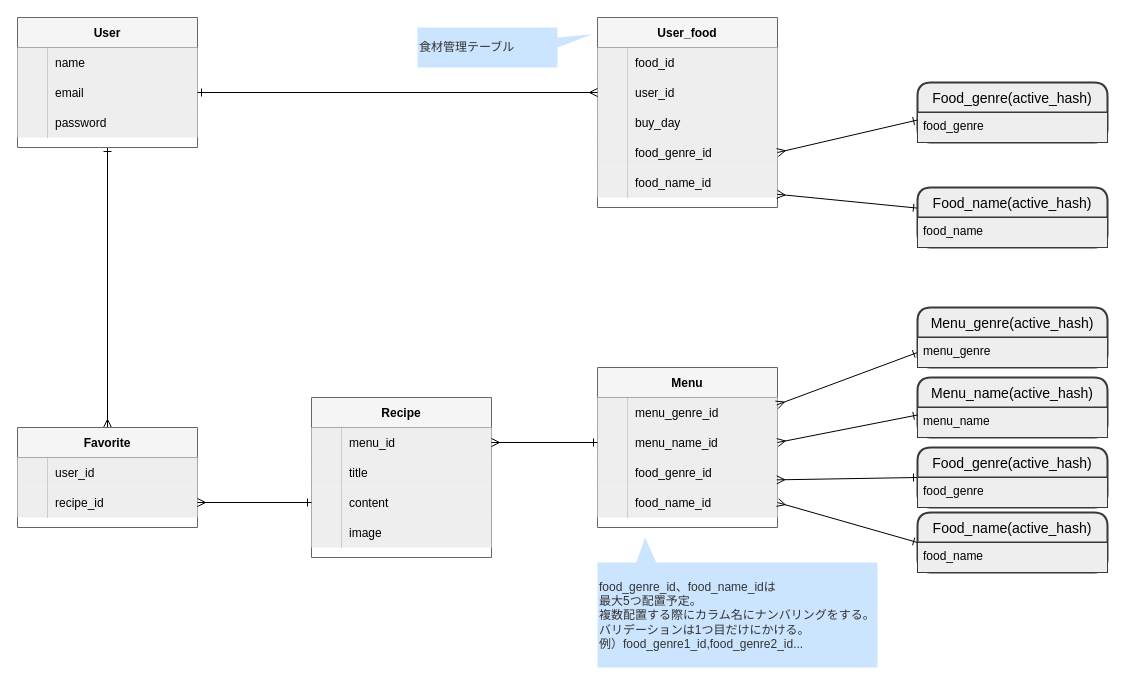
This is er.dio from kawasaki1207/today_menu_recipe, a draw.io file, before an edit. Source tidied: cells renumbered, new cells numbered last; positions are measured from the earlier drawing's top-left corner, leaving out a move shared by most shapes. Both pictures are drawn from the tidied source at 100%, with x=0, y=0 at pixel (17, 17).
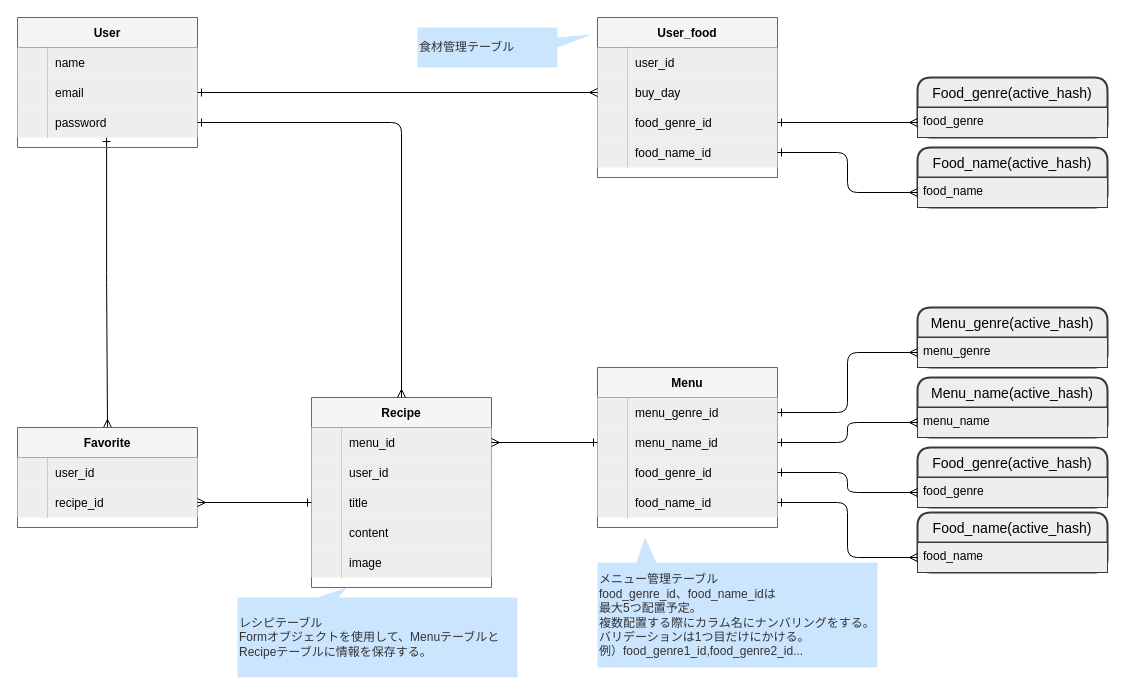
After the change.

Unchanged cells that the change refers to:
```xml
<mxCell id="3" value="User" style="shape=table;startSize=30;childLayout=tableLayout;rowLines=0;fontStyle=1;align=center;fillColor=#f5f5f5;fontColor=#000000;strokeColor=#666666;" parent="1" vertex="1">
  <mxGeometry width="180" height="130" as="geometry" />
</mxCell>
<mxCell id="7" style="shape=partialRectangle;fillColor=none;top=0;left=0;bottom=0;right=0;points=[[0,0.5],[1,0.5]];portConstraint=eastwest;" parent="3" vertex="1">
  <mxGeometry y="60" width="180" height="30" as="geometry" />
</mxCell>
<mxCell id="10" style="shape=partialRectangle;fillColor=none;top=0;left=0;bottom=0;right=0;points=[[0,0.5],[1,0.5]];portConstraint=eastwest;" parent="3" vertex="1">
  <mxGeometry y="90" width="180" height="30" as="geometry" />
</mxCell>
<mxCell id="14" style="shape=partialRectangle;fillColor=none;top=0;left=0;bottom=0;right=0;points=[[0,0.5],[1,0.5]];portConstraint=eastwest;" parent="13" vertex="1">
  <mxGeometry y="30" width="180" height="30" as="geometry" />
</mxCell>
<mxCell id="17" style="shape=partialRectangle;fillColor=none;top=0;left=0;bottom=0;right=0;points=[[0,0.5],[1,0.5]];portConstraint=eastwest;" parent="13" vertex="1">
  <mxGeometry y="60" width="180" height="30" as="geometry" />
</mxCell>
<mxCell id="20" style="shape=partialRectangle;fillColor=none;top=0;left=0;bottom=0;right=0;points=[[0,0.5],[1,0.5]];portConstraint=eastwest;" parent="13" vertex="1">
  <mxGeometry y="90" width="180" height="30" as="geometry" />
</mxCell>
<mxCell id="23" style="shape=partialRectangle;fillColor=none;top=0;left=0;bottom=0;right=0;points=[[0,0.5],[1,0.5]];portConstraint=eastwest;" parent="13" vertex="1">
  <mxGeometry y="120" width="180" height="30" as="geometry" />
</mxCell>
<mxCell id="42" value="Favorite" style="shape=table;startSize=30;childLayout=tableLayout;rowLines=0;fontStyle=1;align=center;fillColor=#f5f5f5;fontColor=#000000;strokeColor=#666666;" parent="1" vertex="1">
  <mxGeometry y="410" width="180" height="100" as="geometry" />
</mxCell>
<mxCell id="46" style="shape=partialRectangle;fillColor=none;top=0;left=0;bottom=0;right=0;points=[[0,0.5],[1,0.5]];portConstraint=eastwest;" parent="42" vertex="1">
  <mxGeometry y="60" width="180" height="30" as="geometry" />
</mxCell>
<mxCell id="50" value="food_genre" style="align=left;strokeColor=#36393d;fillColor=#eeeeee;spacingLeft=4;fontSize=12;verticalAlign=top;fontColor=#000000;" parent="49" vertex="1">
  <mxGeometry y="30" width="190" height="30" as="geometry" />
</mxCell>
<mxCell id="57" value="Food_genre(active_hash)" style="swimlane;horizontal=1;startSize=30;rounded=1;fontSize=14;fontStyle=0;strokeWidth=2;shadow=0;dashed=0;align=center;fillColor=#eeeeee;strokeColor=#36393d;fontColor=#000000;" parent="1" vertex="1">
  <mxGeometry x="900" y="430" width="190" height="60" as="geometry" />
</mxCell>
<mxCell id="60" value="food_name" style="align=left;strokeColor=#36393d;fillColor=#eeeeee;spacingLeft=4;fontSize=12;verticalAlign=top;fontColor=#000000;" parent="59" vertex="1">
  <mxGeometry y="30" width="190" height="30" as="geometry" />
</mxCell>
<mxCell id="62" value="Menu_genre(active_hash)" style="swimlane;horizontal=1;startSize=30;rounded=1;fontSize=14;fontStyle=0;strokeWidth=2;shadow=0;dashed=0;align=center;fillColor=#eeeeee;strokeColor=#36393d;fontColor=#000000;" parent="1" vertex="1">
  <mxGeometry x="900" y="290" width="190" height="60" as="geometry" />
</mxCell>
<mxCell id="64" value="Menu_name(active_hash)" style="swimlane;horizontal=1;startSize=30;rounded=1;fontSize=14;fontStyle=0;strokeWidth=2;shadow=0;dashed=0;align=center;fillColor=#eeeeee;strokeColor=#36393d;fontColor=#000000;" parent="1" vertex="1">
  <mxGeometry x="900" y="360" width="190" height="60" as="geometry" />
</mxCell>
<mxCell id="65" value="menu_name" style="align=left;strokeColor=#36393d;fillColor=#eeeeee;spacingLeft=4;fontSize=12;verticalAlign=top;fontColor=#000000;" parent="64" vertex="1">
  <mxGeometry y="30" width="190" height="30" as="geometry" />
</mxCell>
```

What changed in the source:
```diff
@@
-    <mxCell id="2" style="edgeStyle=none;html=1;fontColor=#000000;endArrow=ERmany;endFill=0;startArrow=ERone;startFill=0;" parent="1" edge="1" source="3" target="42">
+    <mxCell id="2" style="edgeStyle=orthogonalEdgeStyle;html=1;fontColor=#000000;endArrow=ERmany;endFill=0;startArrow=ERone;startFill=0;exitX=0.495;exitY=1.003;exitDx=0;exitDy=0;exitPerimeter=0;" parent="1" edge="1" source="10" target="42">
       <mxGeometry relative="1" as="geometry" />
     </mxCell>
@@
     <mxCell id="26" value="User_food" style="shape=table;startSize=30;childLayout=tableLayout;rowLines=0;fontStyle=1;align=center;fillColor=#f5f5f5;fontColor=#000000;strokeColor=#666666;" parent="1" vertex="1">
-      <mxGeometry x="580" width="180" height="190" as="geometry" />
+      <mxGeometry x="580" width="180" height="160" as="geometry" />
     </mxCell>
-    <mxCell id="27" style="shape=partialRectangle;fillColor=none;top=0;left=0;bottom=0;right=0;" parent="26" vertex="1">
-      <mxGeometry y="30" width="180" height="30" as="geometry" />
-    </mxCell>
-    <mxCell id="28" style="shape=partialRectangle;fillColor=#eeeeee;top=0;left=0;bottom=0;right=0;overflow=hidden;strokeColor=#36393d;" parent="27" vertex="1">
-      <mxGeometry width="30" height="30" as="geometry" />
-    </mxCell>
-    <mxCell id="29" value="food_id" style="shape=partialRectangle;fillColor=#eeeeee;top=0;left=0;bottom=0;right=0;align=left;spacingLeft=6;overflow=hidden;strokeColor=#36393d;fontColor=#000000;" parent="27" vertex="1">
-      <mxGeometry x="30" width="150" height="30" as="geometry" />
-    </mxCell>
     <mxCell id="30" style="shape=partialRectangle;fillColor=none;top=0;left=0;bottom=0;right=0;points=[[0,0.5],[1,0.5]];portConstraint=eastwest;" parent="26" vertex="1">
-      <mxGeometry y="60" width="180" height="30" as="geometry" />
+      <mxGeometry y="30" width="180" height="30" as="geometry" />
     </mxCell>
@@
     <mxCell id="33" style="shape=partialRectangle;fillColor=none;top=0;left=0;bottom=0;right=0;points=[[0,0.5],[1,0.5]];portConstraint=eastwest;" parent="26" vertex="1">
-      <mxGeometry y="90" width="180" height="30" as="geometry" />
+      <mxGeometry y="60" width="180" height="30" as="geometry" />
     </mxCell>
@@
     <mxCell id="36" style="shape=partialRectangle;fillColor=none;top=0;left=0;bottom=0;right=0;points=[[0,0.5],[1,0.5]];portConstraint=eastwest;" parent="26" vertex="1">
-      <mxGeometry y="120" width="180" height="30" as="geometry" />
+      <mxGeometry y="90" width="180" height="30" as="geometry" />
     </mxCell>
@@
     <mxCell id="39" style="shape=partialRectangle;fillColor=none;top=0;left=0;bottom=0;right=0;points=[[0,0.5],[1,0.5]];portConstraint=eastwest;" parent="26" vertex="1">
-      <mxGeometry y="150" width="180" height="30" as="geometry" />
+      <mxGeometry y="120" width="180" height="30" as="geometry" />
     </mxCell>
@@
     <mxCell id="49" value="Food_genre(active_hash)" style="swimlane;horizontal=1;startSize=30;rounded=1;fontSize=14;fontStyle=0;strokeWidth=2;shadow=0;dashed=0;align=center;fillColor=#eeeeee;strokeColor=#36393d;fontColor=#000000;" parent="1" vertex="1">
-      <mxGeometry x="900" y="65" width="190" height="60" as="geometry" />
+      <mxGeometry x="900" y="60" width="190" height="60" as="geometry" />
     </mxCell>
@@
-    <mxCell id="51" style="edgeStyle=none;html=1;entryX=0.998;entryY=0.892;entryDx=0;entryDy=0;entryPerimeter=0;fontColor=#000000;startArrow=ERone;startFill=0;endArrow=ERmany;endFill=0;" parent="1" edge="1" source="52" target="39">
-      <mxGeometry relative="1" as="geometry" />
-    </mxCell>
     <mxCell id="52" value="Food_name(active_hash)" style="swimlane;horizontal=1;startSize=30;rounded=1;fontSize=14;fontStyle=0;strokeWidth=2;shadow=0;dashed=0;align=center;fillColor=#eeeeee;strokeColor=#36393d;fontColor=#000000;" parent="1" vertex="1">
-      <mxGeometry x="900" y="170" width="190" height="60" as="geometry" />
+      <mxGeometry x="900" y="130" width="190" height="60" as="geometry" />
     </mxCell>
@@
-    <mxCell id="54" style="edgeStyle=none;html=1;fontColor=#000000;startArrow=ERone;startFill=0;endArrow=ERmany;endFill=0;" parent="1" edge="1" source="7" target="30">
-      <mxGeometry relative="1" as="geometry" />
-    </mxCell>
-    <mxCell id="55" style="edgeStyle=none;html=1;exitX=0;exitY=0.25;exitDx=0;exitDy=0;entryX=1;entryY=0.5;entryDx=0;entryDy=0;fontColor=#000000;startArrow=ERone;startFill=0;endArrow=ERmany;endFill=0;" parent="1" edge="1" source="50" target="36">
-      <mxGeometry relative="1" as="geometry" />
-    </mxCell>
-    <mxCell id="56" style="edgeStyle=none;html=1;exitX=0;exitY=0.5;exitDx=0;exitDy=0;entryX=0.996;entryY=0.745;entryDx=0;entryDy=0;entryPerimeter=0;fontColor=#000000;startArrow=ERone;startFill=0;endArrow=ERmany;endFill=0;" parent="1" edge="1" source="57" target="20">
-      <mxGeometry relative="1" as="geometry" />
-    </mxCell>
@@
-    <mxCell id="61" style="edgeStyle=none;html=1;exitX=0;exitY=0.75;exitDx=0;exitDy=0;entryX=0.996;entryY=0.245;entryDx=0;entryDy=0;entryPerimeter=0;fontColor=#000000;startArrow=ERone;startFill=0;endArrow=ERmany;endFill=0;" parent="1" edge="1" source="62" target="14">
-      <mxGeometry relative="1" as="geometry" />
-    </mxCell>
@@
-    <mxCell id="66" style="edgeStyle=none;html=1;exitX=0;exitY=0.25;exitDx=0;exitDy=0;entryX=1;entryY=0.5;entryDx=0;entryDy=0;fontColor=#000000;startArrow=ERone;startFill=0;endArrow=ERmany;endFill=0;" parent="1" edge="1" source="65" target="17">
-      <mxGeometry relative="1" as="geometry" />
-    </mxCell>
-    <mxCell id="67" style="edgeStyle=none;html=1;exitX=0;exitY=0;exitDx=0;exitDy=0;entryX=1;entryY=0.5;entryDx=0;entryDy=0;fontColor=#000000;startArrow=ERone;startFill=0;endArrow=ERmany;endFill=0;" parent="1" edge="1" source="60" target="23">
-      <mxGeometry relative="1" as="geometry" />
-    </mxCell>
-    <mxCell id="68" value="food_genre_id、food_name_idは&lt;br&gt;最大5つ配置予定。&lt;br&gt;複数配置する際にカラム名にナンバリングをする。&lt;br&gt;バリデーションは1つ目だけにかける。&lt;br&gt;例）food_genre1_id,food_genre2_id..." style="shape=callout;whiteSpace=wrap;html=1;perimeter=calloutPerimeter;rotation=0;base=20;position2=0.83;size=25;position=0.79;align=left;fillColor=#cce5ff;strokeColor=none;fontColor=#333333;direction=west;" parent="1" vertex="1">
+    <mxCell id="68" value="メニュー管理テーブル&lt;br&gt;food_genre_id、food_name_idは&lt;br&gt;最大5つ配置予定。&lt;br&gt;複数配置する際にカラム名にナンバリングをする。&lt;br&gt;バリデーションは1つ目だけにかける。&lt;br&gt;例）food_genre1_id,food_genre2_id..." style="shape=callout;whiteSpace=wrap;html=1;perimeter=calloutPerimeter;rotation=0;base=20;position2=0.83;size=25;position=0.79;align=left;fillColor=#cce5ff;strokeColor=none;fontColor=#333333;direction=west;" parent="1" vertex="1">
       <mxGeometry x="580" y="520" width="280" height="130" as="geometry" />
     </mxCell>
     <mxCell id="69" value="Recipe" style="shape=table;startSize=30;childLayout=tableLayout;rowLines=0;fontStyle=1;align=center;fillColor=#f5f5f5;fontColor=#000000;strokeColor=#666666;" parent="1" vertex="1">
-      <mxGeometry x="294" y="380" width="180" height="160" as="geometry" />
+      <mxGeometry x="294" y="380" width="180" height="190" as="geometry" />
     </mxCell>
@@
+    <mxCell id="85" style="shape=partialRectangle;fillColor=none;top=0;left=0;bottom=0;right=0;" parent="69" vertex="1">
+      <mxGeometry y="60" width="180" height="30" as="geometry" />
+    </mxCell>
+    <mxCell id="28" style="shape=partialRectangle;fillColor=#eeeeee;top=0;left=0;bottom=0;right=0;overflow=hidden;strokeColor=#36393d;" parent="85" vertex="1">
+      <mxGeometry width="30" height="30" as="geometry" />
+    </mxCell>
+    <mxCell id="86" value="user_id" style="shape=partialRectangle;fillColor=#eeeeee;top=0;left=0;bottom=0;right=0;align=left;spacingLeft=6;overflow=hidden;strokeColor=#36393d;fontColor=#000000;" parent="85" vertex="1">
+      <mxGeometry x="30" width="150" height="30" as="geometry" />
+    </mxCell>
     <mxCell id="73" style="shape=partialRectangle;fillColor=none;top=0;left=0;bottom=0;right=0;points=[[0,0.5],[1,0.5]];portConstraint=eastwest;" parent="69" vertex="1">
-      <mxGeometry y="60" width="180" height="30" as="geometry" />
+      <mxGeometry y="90" width="180" height="30" as="geometry" />
     </mxCell>
@@
     <mxCell id="76" style="shape=partialRectangle;fillColor=none;top=0;left=0;bottom=0;right=0;points=[[0,0.5],[1,0.5]];portConstraint=eastwest;" parent="69" vertex="1">
-      <mxGeometry y="90" width="180" height="30" as="geometry" />
+      <mxGeometry y="120" width="180" height="30" as="geometry" />
     </mxCell>
@@
     <mxCell id="79" style="shape=partialRectangle;fillColor=none;top=0;left=0;bottom=0;right=0;" parent="69" vertex="1">
-      <mxGeometry y="120" width="180" height="30" as="geometry" />
+      <mxGeometry y="150" width="180" height="30" as="geometry" />
     </mxCell>
@@
-    <mxCell id="83" style="edgeStyle=none;html=1;exitX=0;exitY=0.5;exitDx=0;exitDy=0;entryX=1;entryY=0.5;entryDx=0;entryDy=0;fontColor=#333333;startArrow=ERone;startFill=0;endArrow=ERmany;endFill=0;" parent="1" edge="1" source="76" target="46">
+    <mxCell id="83" style="edgeStyle=none;html=1;exitX=0;exitY=0.5;exitDx=0;exitDy=0;entryX=1;entryY=0.5;entryDx=0;entryDy=0;fontColor=#333333;startArrow=ERone;startFill=0;endArrow=ERmany;endFill=0;" parent="1" edge="1" source="73" target="46">
       <mxGeometry relative="1" as="geometry" />
     </mxCell>
@@
+    <mxCell id="87" value="レシピテーブル&lt;br&gt;Formオブジェクトを使用して、MenuテーブルとRecipeテーブルに情報を保存する。" style="shape=callout;whiteSpace=wrap;html=1;perimeter=calloutPerimeter;rotation=0;base=21;position2=0.61;size=10;position=0.64;align=left;fillColor=#cce5ff;strokeColor=none;fontColor=#333333;direction=west;" parent="1" vertex="1">
+      <mxGeometry x="220" y="570" width="280" height="90" as="geometry" />
+    </mxCell>
+    <mxCell id="88" style="edgeStyle=orthogonalEdgeStyle;html=1;exitX=1;exitY=0.5;exitDx=0;exitDy=0;entryX=0.5;entryY=0;entryDx=0;entryDy=0;fontColor=#333333;startArrow=ERone;startFill=0;endArrow=ERmany;endFill=0;" parent="1" edge="1" source="10" target="69">
+      <mxGeometry relative="1" as="geometry" />
+    </mxCell>
+    <mxCell id="89" style="edgeStyle=orthogonalEdgeStyle;html=1;exitX=1;exitY=0.5;exitDx=0;exitDy=0;entryX=0;entryY=0.75;entryDx=0;entryDy=0;fontColor=#333333;startArrow=ERone;startFill=0;endArrow=ERmany;endFill=0;" parent="1" edge="1" source="36" target="49">
+      <mxGeometry relative="1" as="geometry" />
+    </mxCell>
+    <mxCell id="90" style="edgeStyle=orthogonalEdgeStyle;html=1;exitX=1;exitY=0.5;exitDx=0;exitDy=0;entryX=0;entryY=0.75;entryDx=0;entryDy=0;fontColor=#333333;startArrow=ERone;startFill=0;endArrow=ERmany;endFill=0;" parent="1" edge="1" source="39" target="52">
+      <mxGeometry relative="1" as="geometry" />
+    </mxCell>
+    <mxCell id="91" style="edgeStyle=orthogonalEdgeStyle;html=1;exitX=1;exitY=0.5;exitDx=0;exitDy=0;entryX=0;entryY=0.75;entryDx=0;entryDy=0;fontColor=#333333;startArrow=ERone;startFill=0;endArrow=ERmany;endFill=0;" parent="1" edge="1" source="14" target="62">
+      <mxGeometry relative="1" as="geometry" />
+    </mxCell>
+    <mxCell id="92" style="edgeStyle=orthogonalEdgeStyle;html=1;exitX=1;exitY=0.5;exitDx=0;exitDy=0;entryX=0;entryY=0.75;entryDx=0;entryDy=0;fontColor=#333333;startArrow=ERone;startFill=0;endArrow=ERmany;endFill=0;" parent="1" edge="1" source="17" target="64">
+      <mxGeometry relative="1" as="geometry" />
+    </mxCell>
+    <mxCell id="93" style="edgeStyle=orthogonalEdgeStyle;html=1;exitX=1;exitY=0.5;exitDx=0;exitDy=0;entryX=0;entryY=0.75;entryDx=0;entryDy=0;fontColor=#333333;startArrow=ERone;startFill=0;endArrow=ERmany;endFill=0;" parent="1" edge="1" source="20" target="57">
+      <mxGeometry relative="1" as="geometry" />
+    </mxCell>
+    <mxCell id="94" style="edgeStyle=orthogonalEdgeStyle;html=1;exitX=1;exitY=0.5;exitDx=0;exitDy=0;entryX=0;entryY=0.5;entryDx=0;entryDy=0;fontColor=#333333;startArrow=ERone;startFill=0;endArrow=ERmany;endFill=0;" parent="1" edge="1" source="23" target="60">
+      <mxGeometry relative="1" as="geometry" />
+    </mxCell>
+    <mxCell id="95" style="edgeStyle=orthogonalEdgeStyle;html=1;exitX=1;exitY=0.5;exitDx=0;exitDy=0;entryX=0;entryY=0.5;entryDx=0;entryDy=0;fontColor=#333333;startArrow=ERone;startFill=0;endArrow=ERmany;endFill=0;" parent="1" edge="1" source="7" target="33">
+      <mxGeometry relative="1" as="geometry" />
+    </mxCell>
```
